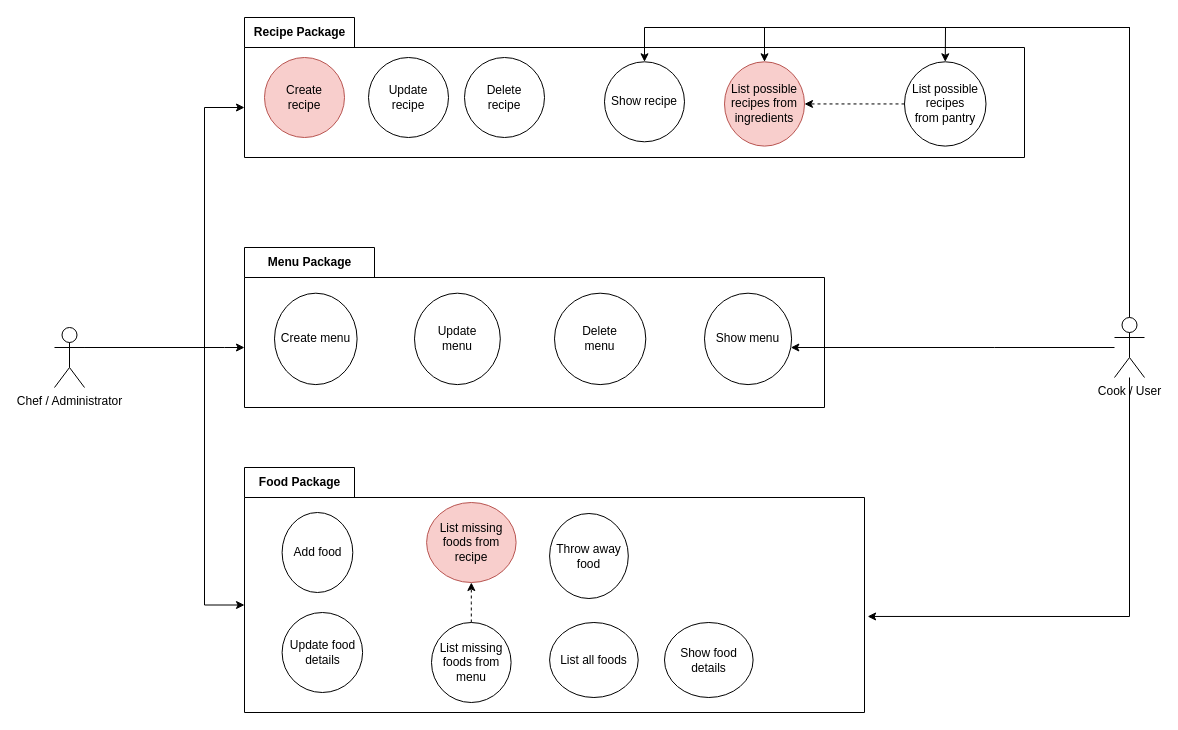
jantoniomartinfdez/chefficient keeps this draw.io diagram as doc/use-case-diagram.drawio. Above is the earlier version. Source tidied: cells renumbered, new cells numbered last; positions are measured from the earlier drawing's top-left corner, leaving out a move shared by most shapes. Both pictures are drawn from the tidied source at 100%, with x=0, y=0 at pixel (54, 17).
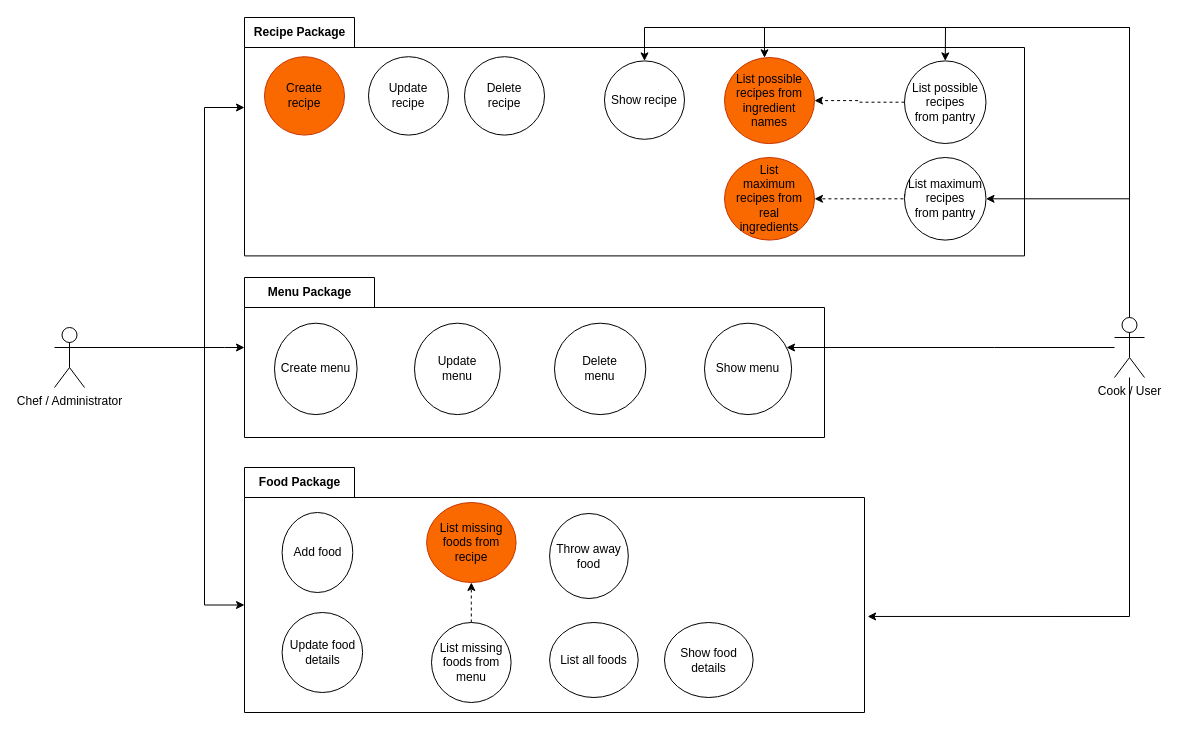
The same page after the edit.

Unchanged cells that the change refers to:
```xml
<mxCell id="17" value="Food&amp;nbsp;Package" style="shape=folder;fontStyle=1;tabWidth=110;tabHeight=30;tabPosition=left;html=1;boundedLbl=1;labelInHeader=1;" parent="1" vertex="1">
  <mxGeometry x="190" y="450" width="620" height="245" as="geometry" />
</mxCell>
<mxCell id="36" value="Cook / User" style="shape=umlActor;verticalLabelPosition=bottom;verticalAlign=top;html=1;outlineConnect=0;" parent="1" vertex="1">
  <mxGeometry x="1060" y="300" width="30" height="60" as="geometry" />
</mxCell>
```

Diff of the diagram source:
```diff
@@
-    <mxCell id="2" value="Menu Package" style="shape=folder;fontStyle=1;tabWidth=130;tabHeight=30;tabPosition=left;html=1;boundedLbl=1;labelInHeader=1;" parent="1" vertex="1">
-      <mxGeometry x="190" y="230" width="580" height="160" as="geometry" />
-    </mxCell>
-    <mxCell id="3" style="html=1;strokeColor=none;fillColor=none;" parent="2" vertex="1">
-      <mxGeometry width="442.63" height="112" relative="1" as="geometry">
-        <mxPoint y="30" as="offset" />
-      </mxGeometry>
-    </mxCell>
-    <mxCell id="4" value="Create menu" style="ellipse;whiteSpace=wrap;html=1;verticalAlign=middle;" parent="2" vertex="1">
-      <mxGeometry x="30" y="45.7" width="82.6" height="91.4" as="geometry" />
-    </mxCell>
-    <mxCell id="5" value="Update&lt;br&gt;menu" style="ellipse;whiteSpace=wrap;html=1;verticalAlign=middle;" parent="2" vertex="1">
-      <mxGeometry x="170" y="45.7" width="85.8" height="91.4" as="geometry" />
-    </mxCell>
-    <mxCell id="6" value="Delete&lt;br&gt;menu" style="ellipse;whiteSpace=wrap;html=1;verticalAlign=middle;" parent="2" vertex="1">
-      <mxGeometry x="310" y="45.7" width="91.3" height="91.4" as="geometry" />
-    </mxCell>
-    <mxCell id="7" value="Show menu" style="ellipse;whiteSpace=wrap;html=1;verticalAlign=middle;" parent="2" vertex="1">
-      <mxGeometry x="460" y="45.7" width="87.1" height="91.4" as="geometry" />
-    </mxCell>
     <mxCell id="8" value="Recipe Package" style="shape=folder;fontStyle=1;tabWidth=110;tabHeight=30;tabPosition=left;html=1;boundedLbl=1;labelInHeader=1;" parent="1" vertex="1">
-      <mxGeometry x="190" width="780" height="140" as="geometry" />
+      <mxGeometry x="190" width="780" height="238.4" as="geometry" />
     </mxCell>
     <mxCell id="9" style="html=1;strokeColor=none;fillColor=none;" parent="8" vertex="1">
-      <mxGeometry width="780" height="98" relative="1" as="geometry">
+      <mxGeometry width="780" height="97.98" relative="1" as="geometry">
         <mxPoint y="30" as="offset" />
       </mxGeometry>
     </mxCell>
-    <mxCell id="10" value="Create&lt;br&gt;recipe" style="ellipse;whiteSpace=wrap;html=1;verticalAlign=middle;fillColor=#f8cecc;strokeColor=#b85450;" parent="8" vertex="1">
-      <mxGeometry x="20" y="40" width="80" height="80" as="geometry" />
+    <mxCell id="10" value="Create&lt;br&gt;recipe" style="ellipse;whiteSpace=wrap;html=1;verticalAlign=middle;fillColor=#fa6800;strokeColor=#C73500;fontColor=#000000;" parent="8" vertex="1">
+      <mxGeometry x="20" y="39.2" width="80" height="78.4" as="geometry" />
     </mxCell>
     <mxCell id="11" value="Update&lt;br&gt;recipe" style="ellipse;whiteSpace=wrap;html=1;verticalAlign=middle;" parent="8" vertex="1">
-      <mxGeometry x="124" y="40" width="80" height="80" as="geometry" />
+      <mxGeometry x="124" y="39.2" width="80" height="78.4" as="geometry" />
     </mxCell>
     <mxCell id="12" value="Delete&lt;br&gt;recipe" style="ellipse;whiteSpace=wrap;html=1;verticalAlign=middle;" parent="8" vertex="1">
-      <mxGeometry x="220" y="40" width="80" height="80" as="geometry" />
+      <mxGeometry x="220" y="39.2" width="80" height="78.4" as="geometry" />
     </mxCell>
     <mxCell id="13" value="Show recipe" style="ellipse;whiteSpace=wrap;html=1;verticalAlign=middle;direction=south;" parent="8" vertex="1">
-      <mxGeometry x="360" y="44.3" width="80" height="80" as="geometry" />
+      <mxGeometry x="360" y="43.4" width="80" height="78.4" as="geometry" />
     </mxCell>
-    <mxCell id="14" value="List possible recipes from ingredients" style="ellipse;whiteSpace=wrap;html=1;verticalAlign=middle;fillColor=#f8cecc;strokeColor=#b85450;" parent="8" vertex="1">
-      <mxGeometry x="480" y="44.3" width="80" height="84.3" as="geometry" />
+    <mxCell id="14" value="List possible recipes from ingredient&lt;br&gt;names" style="ellipse;whiteSpace=wrap;html=1;verticalAlign=middle;fillColor=#fa6800;strokeColor=#C73500;fontColor=#000000;" parent="8" vertex="1">
+      <mxGeometry x="480" y="40" width="90" height="86.1" as="geometry" />
     </mxCell>
     <mxCell id="15" value="List possible recipes from&amp;nbsp;pantry" style="ellipse;whiteSpace=wrap;html=1;verticalAlign=middle;" parent="8" vertex="1">
-      <mxGeometry x="660" y="44.3" width="81.5" height="84.3" as="geometry" />
+      <mxGeometry x="660" y="43.4" width="81.5" height="82.6" as="geometry" />
     </mxCell>
@@
+    <mxCell id="37" value="List&lt;br&gt;maximum recipes from real&lt;br&gt;ingredients" style="ellipse;whiteSpace=wrap;html=1;verticalAlign=middle;fillColor=#fa6800;strokeColor=#C73500;fontColor=#000000;" parent="8" vertex="1">
+      <mxGeometry x="480" y="140" width="90" height="82.6" as="geometry" />
+    </mxCell>
+    <mxCell id="38" style="edgeStyle=orthogonalEdgeStyle;rounded=0;jettySize=auto;html=1;dashed=1;exitX=0.002;exitY=0.443;exitDx=0;exitDy=0;exitPerimeter=0;entryX=1;entryY=0.5;entryDx=0;entryDy=0;" parent="8" edge="1" source="39" target="37">
+      <mxGeometry relative="1" as="geometry">
+        <Array as="points">
+          <mxPoint x="660" y="181" />
+        </Array>
+      </mxGeometry>
+    </mxCell>
+    <mxCell id="39" value="List maximum recipes from&amp;nbsp;pantry" style="ellipse;whiteSpace=wrap;html=1;verticalAlign=middle;" parent="8" vertex="1">
+      <mxGeometry x="660" y="140" width="81.5" height="82.6" as="geometry" />
+    </mxCell>
+    <mxCell id="2" value="Menu Package" style="shape=folder;fontStyle=1;tabWidth=130;tabHeight=30;tabPosition=left;html=1;boundedLbl=1;labelInHeader=1;" parent="1" vertex="1">
+      <mxGeometry x="190" y="260" width="580" height="160" as="geometry" />
+    </mxCell>
+    <mxCell id="3" style="html=1;strokeColor=none;fillColor=none;" parent="2" vertex="1">
+      <mxGeometry width="442.63" height="112" relative="1" as="geometry">
+        <mxPoint y="30" as="offset" />
+      </mxGeometry>
+    </mxCell>
+    <mxCell id="4" value="Create menu" style="ellipse;whiteSpace=wrap;html=1;verticalAlign=middle;" parent="2" vertex="1">
+      <mxGeometry x="30" y="45.7" width="82.6" height="91.4" as="geometry" />
+    </mxCell>
+    <mxCell id="5" value="Update&lt;br&gt;menu" style="ellipse;whiteSpace=wrap;html=1;verticalAlign=middle;" parent="2" vertex="1">
+      <mxGeometry x="170" y="45.7" width="85.8" height="91.4" as="geometry" />
+    </mxCell>
+    <mxCell id="6" value="Delete&lt;br&gt;menu" style="ellipse;whiteSpace=wrap;html=1;verticalAlign=middle;" parent="2" vertex="1">
+      <mxGeometry x="310" y="45.7" width="91.3" height="91.4" as="geometry" />
+    </mxCell>
+    <mxCell id="7" value="Show menu" style="ellipse;whiteSpace=wrap;html=1;verticalAlign=middle;" parent="2" vertex="1">
+      <mxGeometry x="460" y="45.7" width="87.1" height="91.4" as="geometry" />
+    </mxCell>
@@
-    <mxCell id="23" value="List missing foods from recipe" style="ellipse;whiteSpace=wrap;html=1;verticalAlign=middle;fillColor=#f8cecc;strokeColor=#b85450;" parent="17" vertex="1">
+    <mxCell id="23" value="List missing foods from recipe" style="ellipse;whiteSpace=wrap;html=1;verticalAlign=middle;fillColor=#fa6800;strokeColor=#C73500;fontColor=#000000;" parent="17" vertex="1">
       <mxGeometry x="182.1" y="35" width="89.5" height="80" as="geometry" />
     </mxCell>
@@
+    <mxCell id="40" style="edgeStyle=orthogonalEdgeStyle;rounded=0;jettySize=auto;html=1;entryX=1;entryY=0.5;entryDx=0;entryDy=0;" parent="1" edge="1" source="36" target="39">
+      <mxGeometry relative="1" as="geometry">
+        <Array as="points">
+          <mxPoint x="1075" y="181" />
+        </Array>
+      </mxGeometry>
+    </mxCell>
```
